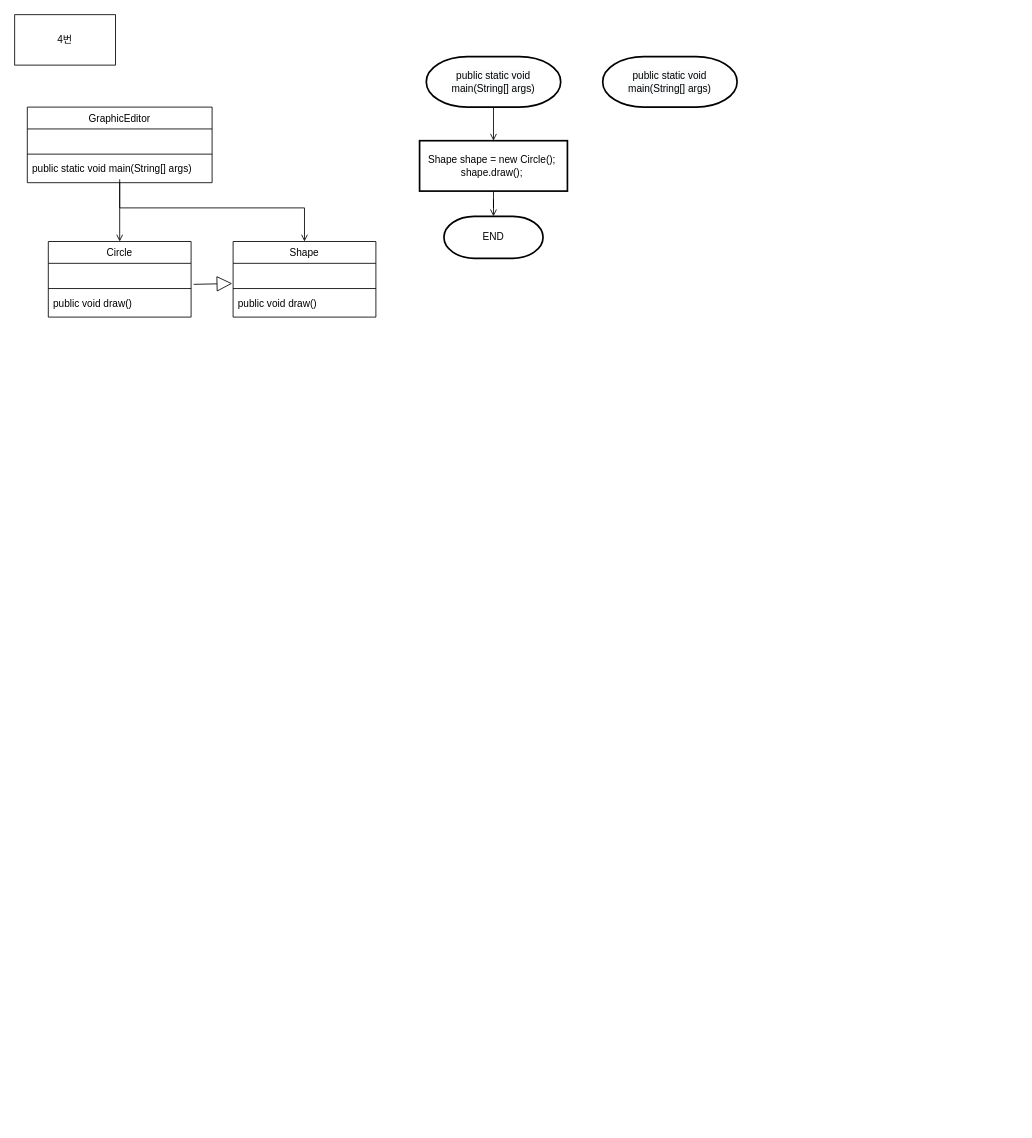
The draw.io diagram 6장 과제.drawio in skatld123/NSH, before the edit. Source tidied: cells renumbered, new cells numbered last; positions are measured from the earlier drawing's top-left corner, leaving out a move shared by most shapes. Both pictures are drawn from the tidied source at 84%, with x=0, y=0 at pixel (14, 14).
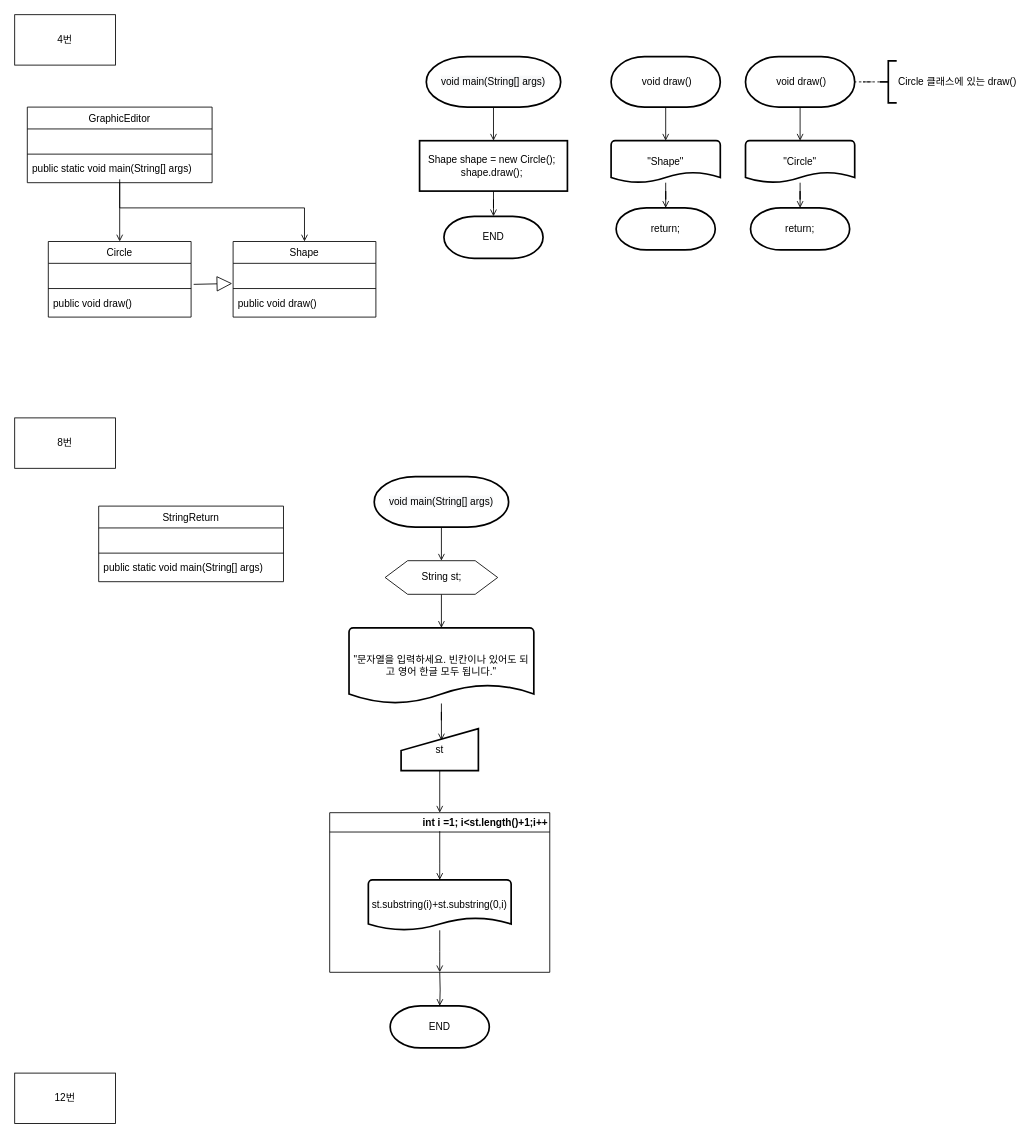
The same page after the edit.

Commit message:
6장 과제.drawio 업데이트

What changed in the source:
```diff
@@
-    <mxCell id="19" value="&#10;&#10;&lt;span style=&quot;color: rgb(0, 0, 0); font-family: helvetica; font-size: 12px; font-style: normal; font-weight: 400; letter-spacing: normal; text-align: left; text-indent: 0px; text-transform: none; word-spacing: 0px; background-color: rgb(248, 249, 250); display: inline; float: none;&quot;&gt;public static void main(String[] args)&lt;/span&gt;&#10;&#10;" style="strokeWidth=2;html=1;shape=mxgraph.flowchart.terminator;whiteSpace=wrap;" parent="1" vertex="1">
+    <mxCell id="19" value="&lt;span style=&quot;color: rgb(0 , 0 , 0) ; font-family: &amp;#34;helvetica&amp;#34; ; font-size: 12px ; font-style: normal ; font-weight: 400 ; letter-spacing: normal ; text-align: left ; text-indent: 0px ; text-transform: none ; word-spacing: 0px ; background-color: rgb(248 , 249 , 250) ; display: inline ; float: none&quot;&gt;void main(String[] args)&lt;/span&gt;" style="strokeWidth=2;html=1;shape=mxgraph.flowchart.terminator;whiteSpace=wrap;" parent="1" vertex="1">
       <mxGeometry x="490" y="50" width="160" height="60" as="geometry" />
     </mxCell>
@@
+    <mxCell id="24" style="edgeStyle=orthogonalEdgeStyle;rounded=0;jettySize=auto;html=1;endArrow=open;endFill=0;" parent="1" edge="1" source="23" target="26">
+      <mxGeometry relative="1" as="geometry" />
+    </mxCell>
-    <mxCell id="23" value="&#10;&#10;&lt;span style=&quot;color: rgb(0, 0, 0); font-family: helvetica; font-size: 12px; font-style: normal; font-weight: 400; letter-spacing: normal; text-align: left; text-indent: 0px; text-transform: none; word-spacing: 0px; background-color: rgb(248, 249, 250); display: inline; float: none;&quot;&gt;public static void main(String[] args)&lt;/span&gt;&#10;&#10;" style="strokeWidth=2;html=1;shape=mxgraph.flowchart.terminator;whiteSpace=wrap;" parent="1" vertex="1">
-      <mxGeometry x="700" y="50" width="160" height="60" as="geometry" />
+    <mxCell id="23" value="&lt;div style=&quot;text-align: left&quot;&gt;&lt;span&gt;&lt;font face=&quot;helvetica&quot;&gt;&amp;nbsp;void draw()&lt;/font&gt;&lt;/span&gt;&lt;/div&gt;" style="strokeWidth=2;html=1;shape=mxgraph.flowchart.terminator;whiteSpace=wrap;" parent="1" vertex="1">
+      <mxGeometry x="710" y="50" width="130" height="60" as="geometry" />
     </mxCell>
+    <mxCell id="25" style="edgeStyle=orthogonalEdgeStyle;rounded=0;jettySize=auto;html=1;endArrow=open;endFill=0;" parent="1" edge="1" source="26" target="27">
+      <mxGeometry relative="1" as="geometry" />
+    </mxCell>
+    <mxCell id="26" value="&quot;Shape&quot;" style="strokeWidth=2;html=1;shape=mxgraph.flowchart.document2;whiteSpace=wrap;size=0.25;" parent="1" vertex="1">
+      <mxGeometry x="710" y="150" width="130" height="50" as="geometry" />
+    </mxCell>
+    <mxCell id="27" value="return;" style="strokeWidth=2;html=1;shape=mxgraph.flowchart.terminator;whiteSpace=wrap;" parent="1" vertex="1">
+      <mxGeometry x="716" y="230" width="118" height="50" as="geometry" />
+    </mxCell>
+    <mxCell id="28" style="edgeStyle=orthogonalEdgeStyle;rounded=0;jettySize=auto;html=1;endArrow=open;endFill=0;" parent="1" edge="1" source="29" target="31">
+      <mxGeometry relative="1" as="geometry" />
+    </mxCell>
+    <mxCell id="29" value="&lt;div style=&quot;text-align: left&quot;&gt;&lt;span&gt;&lt;font face=&quot;helvetica&quot;&gt;&amp;nbsp;void draw()&lt;/font&gt;&lt;/span&gt;&lt;/div&gt;" style="strokeWidth=2;html=1;shape=mxgraph.flowchart.terminator;whiteSpace=wrap;" parent="1" vertex="1">
+      <mxGeometry x="870" y="50" width="130" height="60" as="geometry" />
+    </mxCell>
+    <mxCell id="30" style="edgeStyle=orthogonalEdgeStyle;rounded=0;jettySize=auto;html=1;endArrow=open;endFill=0;" parent="1" edge="1" source="31" target="32">
+      <mxGeometry relative="1" as="geometry" />
+    </mxCell>
+    <mxCell id="31" value="&quot;Circle&quot;" style="strokeWidth=2;html=1;shape=mxgraph.flowchart.document2;whiteSpace=wrap;size=0.25;" parent="1" vertex="1">
+      <mxGeometry x="870" y="150" width="130" height="50" as="geometry" />
+    </mxCell>
+    <mxCell id="32" value="return;" style="strokeWidth=2;html=1;shape=mxgraph.flowchart.terminator;whiteSpace=wrap;" parent="1" vertex="1">
+      <mxGeometry x="876" y="230" width="118" height="50" as="geometry" />
+    </mxCell>
+    <mxCell id="33" style="edgeStyle=orthogonalEdgeStyle;rounded=0;jettySize=auto;html=1;entryX=1;entryY=0.5;entryDx=0;entryDy=0;entryPerimeter=0;endArrow=none;endFill=0;dashed=1;" parent="1" edge="1" source="34" target="29">
+      <mxGeometry relative="1" as="geometry" />
+    </mxCell>
+    <mxCell id="34" value="Circle 클래스에 있는 draw()" style="strokeWidth=2;html=1;shape=mxgraph.flowchart.annotation_2;align=left;labelPosition=right;" parent="1" vertex="1">
+      <mxGeometry x="1030" y="55" width="20" height="50" as="geometry" />
+    </mxCell>
+    <mxCell id="35" value="8번" style="rounded=0;whiteSpace=wrap;html=1;" parent="1" vertex="1">
+      <mxGeometry y="480" width="120" height="60" as="geometry" />
+    </mxCell>
+    <mxCell id="36" value="StringReturn" style="swimlane;fontStyle=0;align=center;verticalAlign=top;horizontal=1;startSize=26;rounded=0;shadow=0;strokeWidth=1;" parent="1" vertex="1">
+      <mxGeometry x="100" y="585" width="220" height="90" as="geometry" />
+    </mxCell>
+    <mxCell id="37" value=" " style="text;align=left;verticalAlign=top;spacingLeft=4;spacingRight=4;overflow=hidden;" parent="36" vertex="1">
+      <mxGeometry y="26" width="220" height="26" as="geometry" />
+    </mxCell>
+    <mxCell id="38" style="line;html=1;strokeWidth=1;align=left;verticalAlign=middle;spacingTop=-1;spacingLeft=3;spacingRight=3;labelPosition=right;" parent="36" vertex="1">
+      <mxGeometry y="52" width="220" height="8" as="geometry" />
+    </mxCell>
+    <mxCell id="39" value="public static void main(String[] args)" style="text;align=left;verticalAlign=top;spacingLeft=4;spacingRight=4;overflow=hidden;" parent="36" vertex="1">
+      <mxGeometry y="60" width="220" height="26" as="geometry" />
+    </mxCell>
+    <mxCell id="40" style="edgeStyle=orthogonalEdgeStyle;rounded=0;jettySize=auto;html=1;entryX=0.5;entryY=0;entryDx=0;entryDy=0;endArrow=open;endFill=0;" parent="1" edge="1" source="41" target="44">
+      <mxGeometry relative="1" as="geometry" />
+    </mxCell>
+    <mxCell id="41" value="&lt;span style=&quot;color: rgb(0 , 0 , 0) ; font-family: &amp;#34;helvetica&amp;#34; ; font-size: 12px ; font-style: normal ; font-weight: 400 ; letter-spacing: normal ; text-align: left ; text-indent: 0px ; text-transform: none ; word-spacing: 0px ; background-color: rgb(248 , 249 , 250) ; display: inline ; float: none&quot;&gt;void main(String[] args)&lt;/span&gt;" style="strokeWidth=2;html=1;shape=mxgraph.flowchart.terminator;whiteSpace=wrap;" parent="1" vertex="1">
+      <mxGeometry x="428" y="550" width="160" height="60" as="geometry" />
+    </mxCell>
+    <mxCell id="42" value="END" style="strokeWidth=2;html=1;shape=mxgraph.flowchart.terminator;whiteSpace=wrap;" parent="1" vertex="1">
+      <mxGeometry x="447" y="1180" width="118" height="50" as="geometry" />
+    </mxCell>
+    <mxCell id="43" style="edgeStyle=orthogonalEdgeStyle;rounded=0;jettySize=auto;html=1;endArrow=open;endFill=0;" parent="1" edge="1" source="44" target="46">
+      <mxGeometry relative="1" as="geometry" />
+    </mxCell>
+    <mxCell id="44" value="String st;" style="verticalLabelPosition=middle;verticalAlign=middle;html=1;shape=hexagon;perimeter=hexagonPerimeter2;arcSize=6;size=0.2;labelPosition=center;align=center;" parent="1" vertex="1">
+      <mxGeometry x="441" y="650" width="134" height="40" as="geometry" />
+    </mxCell>
+    <mxCell id="45" style="edgeStyle=orthogonalEdgeStyle;rounded=0;jettySize=auto;html=1;entryX=0.522;entryY=0.28;entryDx=0;entryDy=0;entryPerimeter=0;endArrow=open;endFill=0;" parent="1" edge="1" source="46" target="48">
+      <mxGeometry relative="1" as="geometry" />
+    </mxCell>
+    <mxCell id="46" value="&quot;문자열을 입력하세요. 빈칸이나 있어도 되고 영어 한글 모두 됩니다.&quot;" style="strokeWidth=2;html=1;shape=mxgraph.flowchart.document2;whiteSpace=wrap;size=0.25;" parent="1" vertex="1">
+      <mxGeometry x="398" y="730" width="220" height="90" as="geometry" />
+    </mxCell>
+    <mxCell id="47" style="edgeStyle=orthogonalEdgeStyle;rounded=0;jettySize=auto;html=1;entryX=0.5;entryY=0;entryDx=0;entryDy=0;endArrow=open;endFill=0;" parent="1" edge="1" source="48" target="49">
+      <mxGeometry relative="1" as="geometry" />
+    </mxCell>
+    <mxCell id="48" value="st" style="html=1;strokeWidth=2;shape=manualInput;whiteSpace=wrap;rounded=1;size=26;arcSize=0;" parent="1" vertex="1">
+      <mxGeometry x="460" y="850" width="92" height="50" as="geometry" />
+    </mxCell>
+    <mxCell id="49" value="int i =1; i&lt;st.length()+1;i++" style="swimlane;align=right;" parent="1" vertex="1">
+      <mxGeometry x="375" y="950" width="262" height="190" as="geometry" />
+    </mxCell>
+    <mxCell id="50" value="st.substring(i)+st.substring(0,i)" style="strokeWidth=2;html=1;shape=mxgraph.flowchart.document2;whiteSpace=wrap;size=0.25;" parent="49" vertex="1">
+      <mxGeometry x="46" y="80" width="170" height="60" as="geometry" />
+    </mxCell>
+    <mxCell id="51" style="edgeStyle=orthogonalEdgeStyle;rounded=0;jettySize=auto;html=1;entryX=0.5;entryY=0;entryDx=0;entryDy=0;endArrow=open;endFill=0;entryPerimeter=0;exitX=0.5;exitY=0.116;exitDx=0;exitDy=0;exitPerimeter=0;" parent="49" edge="1" source="49" target="50">
+      <mxGeometry relative="1" as="geometry">
+        <Array as="points">
+          <mxPoint x="131" y="60" />
+          <mxPoint x="131" y="60" />
+        </Array>
+      </mxGeometry>
+    </mxCell>
+    <mxCell id="52" style="edgeStyle=orthogonalEdgeStyle;rounded=0;jettySize=auto;html=1;endArrow=open;endFill=0;" parent="1" edge="1" source="50">
+      <mxGeometry relative="1" as="geometry">
+        <mxPoint x="506" y="1140" as="targetPoint" />
+      </mxGeometry>
+    </mxCell>
+    <mxCell id="53" style="edgeStyle=orthogonalEdgeStyle;rounded=0;jettySize=auto;html=1;endArrow=open;endFill=0;entryX=0.5;entryY=0;entryDx=0;entryDy=0;entryPerimeter=0;" parent="1" edge="1" target="42">
+      <mxGeometry relative="1" as="geometry">
+        <mxPoint x="506" y="1140" as="sourcePoint" />
+      </mxGeometry>
+    </mxCell>
+    <mxCell id="54" value="12번" style="rounded=0;whiteSpace=wrap;html=1;" parent="1" vertex="1">
+      <mxGeometry y="1260" width="120" height="60" as="geometry" />
+    </mxCell>
```
